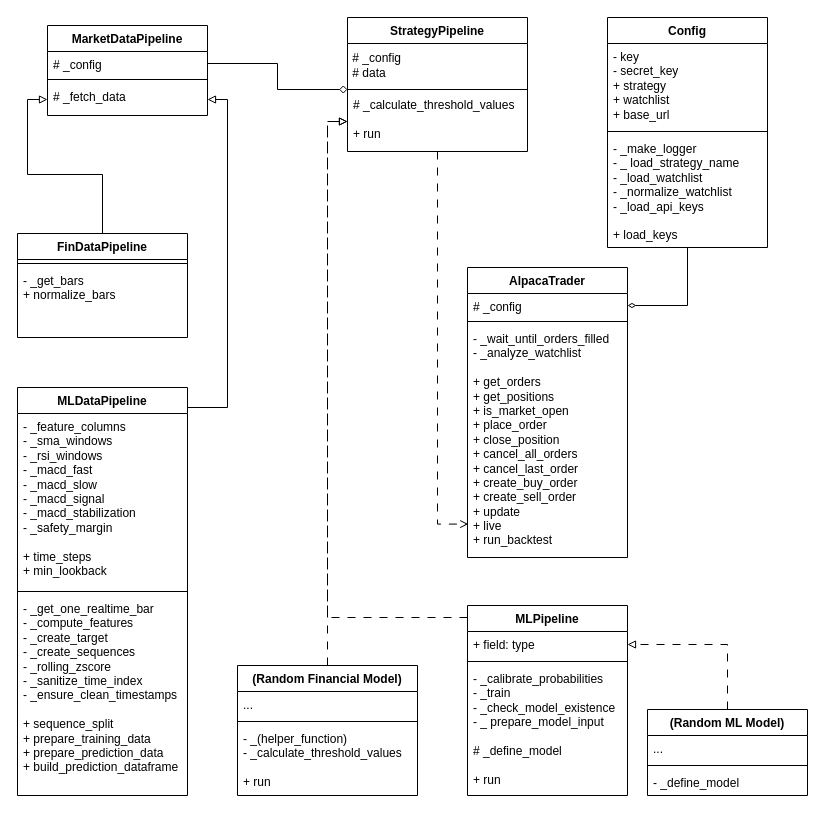
MiladTootoonchi/Live-Trading-Platform keeps this draw.io diagram as figures/backend_design.drawio. Above is the earlier version. Source tidied: cells renumbered, new cells numbered last; positions are measured from the earlier drawing's top-left corner, leaving out a move shared by most shapes. Both pictures are drawn from the tidied source at 100%, with x=0, y=0 at pixel (17, 17).
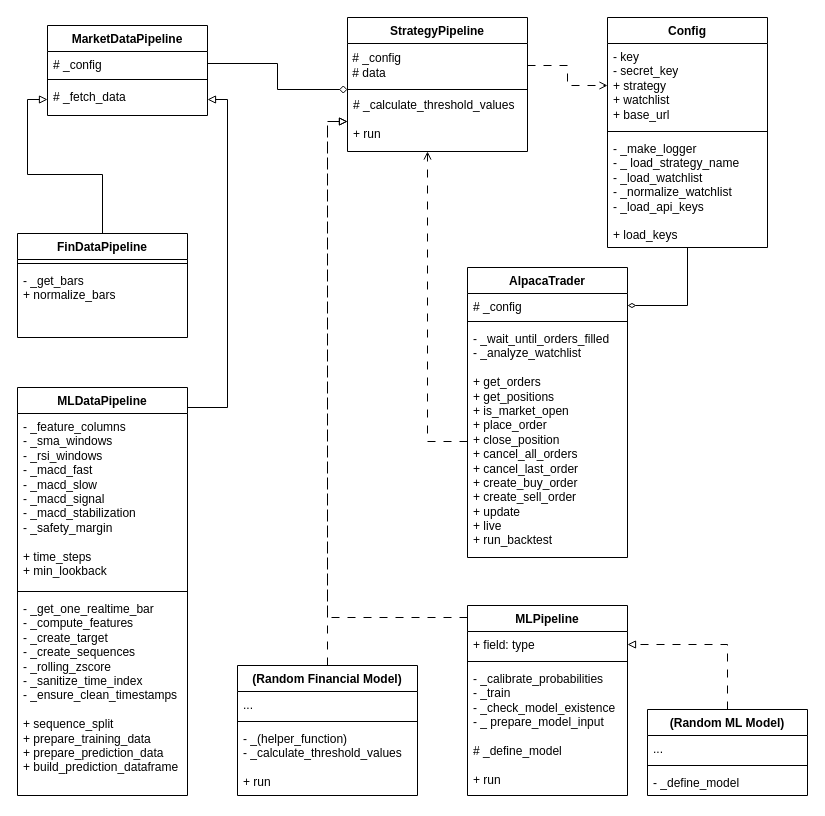
The same diagram, later.

Unchanged cells that the change refers to:
```xml
<mxCell id="8" value="- key&lt;div&gt;- secret_key&lt;/div&gt;&lt;div&gt;+ strategy&lt;/div&gt;&lt;div&gt;+ watchlist&lt;/div&gt;&lt;div&gt;+ base_url&lt;/div&gt;" style="text;strokeColor=none;fillColor=none;align=left;verticalAlign=top;spacingLeft=4;spacingRight=4;overflow=hidden;points=[[0,0.5],[1,0.5]];portConstraint=eastwest;whiteSpace=wrap;html=1;" parent="7" vertex="1">
  <mxGeometry y="26" width="160" height="84" as="geometry" />
</mxCell>
<mxCell id="20" value="StrategyPipeline" style="swimlane;fontStyle=1;align=center;verticalAlign=top;horizontal=1;startSize=26;whiteSpace=wrap;html=1;" parent="1" vertex="1">
  <mxGeometry x="330" width="180" height="134" as="geometry" />
</mxCell>
<mxCell id="21" value="&amp;nbsp;# _config&lt;div&gt;&amp;nbsp;# data&lt;/div&gt;" style="text;html=1;whiteSpace=wrap;strokeColor=none;fillColor=none;align=left;verticalAlign=middle;rounded=0;" parent="20" vertex="1">
  <mxGeometry y="26" width="180" height="44" as="geometry" />
</mxCell>
<mxCell id="23" value="&lt;div&gt;# _calculate_threshold_values&amp;nbsp;&lt;/div&gt;&lt;div&gt;&lt;br&gt;&lt;/div&gt;+ run" style="text;strokeColor=none;fillColor=none;align=left;verticalAlign=top;spacingLeft=4;spacingRight=4;overflow=hidden;points=[[0,0.5],[1,0.5]];portConstraint=eastwest;whiteSpace=wrap;html=1;" parent="20" vertex="1">
  <mxGeometry y="74" width="180" height="60" as="geometry" />
</mxCell>
<mxCell id="32" value="- _wait_until_orders_filled&lt;div&gt;- _analyze_watchlist&lt;/div&gt;&lt;div&gt;&lt;br&gt;&lt;/div&gt;&lt;div&gt;+ get_orders&lt;/div&gt;&lt;div&gt;+ get_positions&lt;/div&gt;&lt;div&gt;+ is_market_open&lt;/div&gt;&lt;div&gt;+ place_order&lt;/div&gt;&lt;div&gt;+ close_position&lt;/div&gt;&lt;div&gt;+ cancel_all_orders&lt;/div&gt;&lt;div&gt;+ cancel_last_order&lt;/div&gt;&lt;div&gt;+ create_buy_order&lt;/div&gt;&lt;div&gt;+ create_sell_order&lt;/div&gt;&lt;div&gt;+ update&lt;/div&gt;&lt;div&gt;+ live&lt;/div&gt;&lt;div&gt;+ run_backtest&lt;/div&gt;" style="text;strokeColor=none;fillColor=none;align=left;verticalAlign=top;spacingLeft=4;spacingRight=4;overflow=hidden;points=[[0,0.5],[1,0.5]];portConstraint=eastwest;whiteSpace=wrap;html=1;" parent="29" vertex="1">
  <mxGeometry y="58" width="160" height="232" as="geometry" />
</mxCell>
```

What changed in the source:
```diff
@@
-    <mxCell id="34" style="edgeStyle=orthogonalEdgeStyle;rounded=0;jettySize=auto;html=1;entryX=0.005;entryY=0.856;entryDx=0;entryDy=0;entryPerimeter=0;endArrow=open;endFill=0;dashed=1;dashPattern=8 8;" parent="1" edge="1" source="20" target="32">
-      <mxGeometry relative="1" as="geometry">
-        <Array as="points">
-          <mxPoint x="420" y="507" />
-        </Array>
-      </mxGeometry>
-    </mxCell>
@@
+    <mxCell id="45" style="edgeStyle=orthogonalEdgeStyle;rounded=0;jettySize=auto;html=1;endArrow=open;endFill=0;dashed=1;dashPattern=8 8;" parent="1" edge="1" source="32" target="23">
+      <mxGeometry relative="1" as="geometry">
+        <Array as="points">
+          <mxPoint x="410" y="424" />
+        </Array>
+      </mxGeometry>
+    </mxCell>
+    <mxCell id="46" style="edgeStyle=orthogonalEdgeStyle;rounded=0;jettySize=auto;html=1;entryX=0;entryY=0.5;entryDx=0;entryDy=0;dashed=1;dashPattern=8 8;endArrow=open;endFill=0;" parent="1" edge="1" source="21" target="8">
+      <mxGeometry relative="1" as="geometry" />
+    </mxCell>
```
